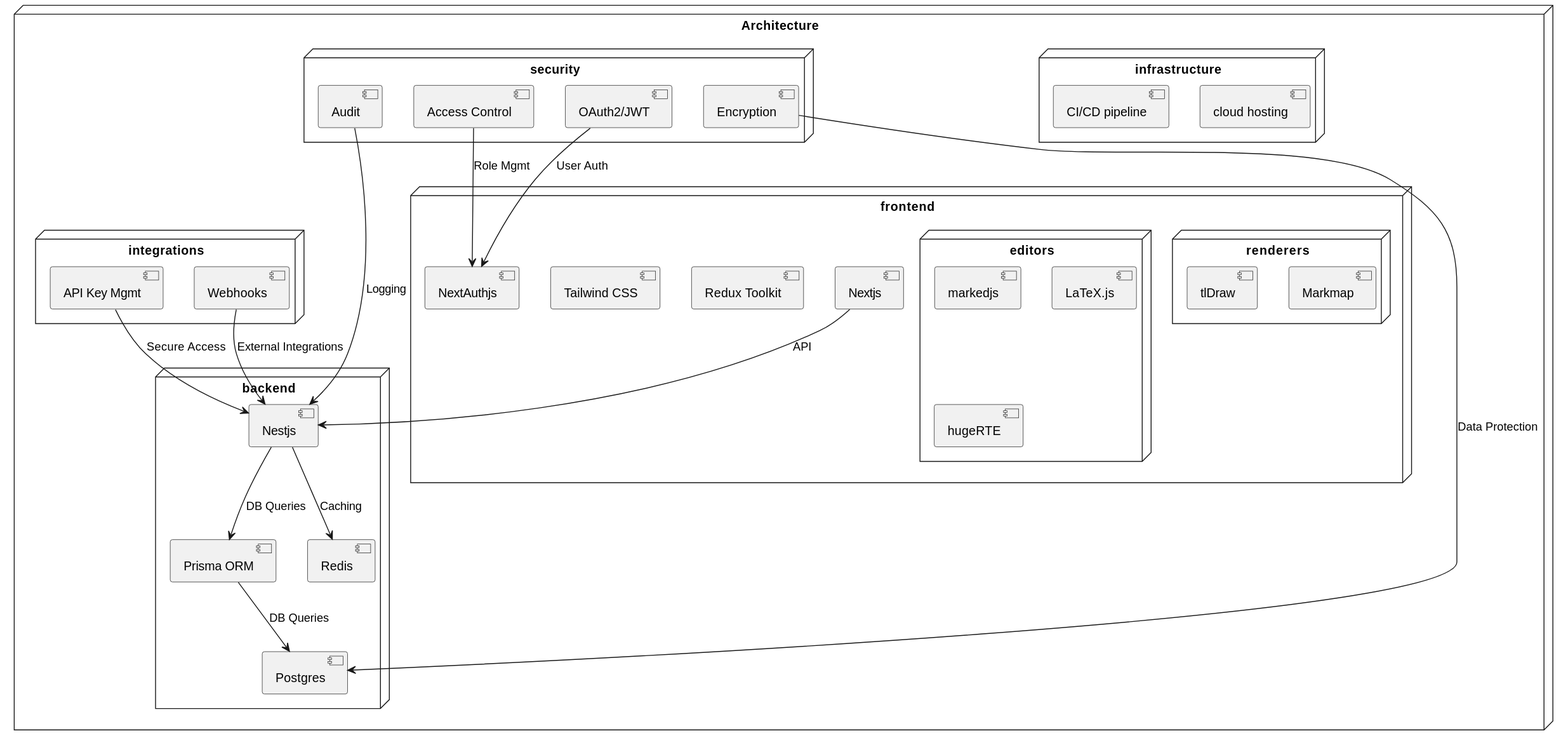
Before: img/arch.svg, a diagram exported from PlantUML (pgaljan/atlas).
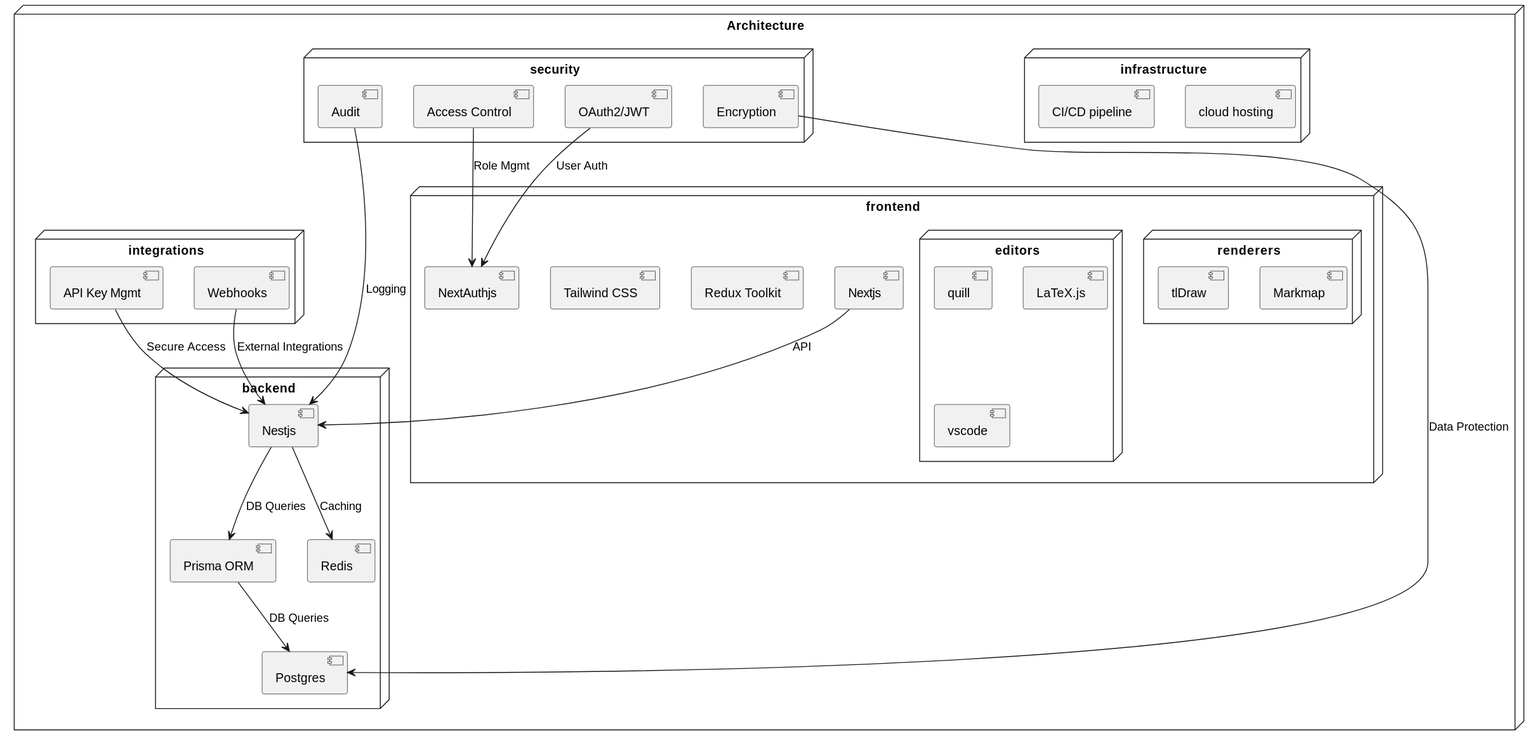
Later version of the same file.

Diff of the diagram source:
```diff
@@ -20,10 +20,11 @@
         [Redux Toolkit]
         [Tailwind CSS]
         [NextAuthjs]
+
         node "editors"{
-        [markedjs]
+        [quill]
         [LaTeX.js]
-        [hugeRTE]
+        [vscode]
         }
     }
     node "backend"{
```
